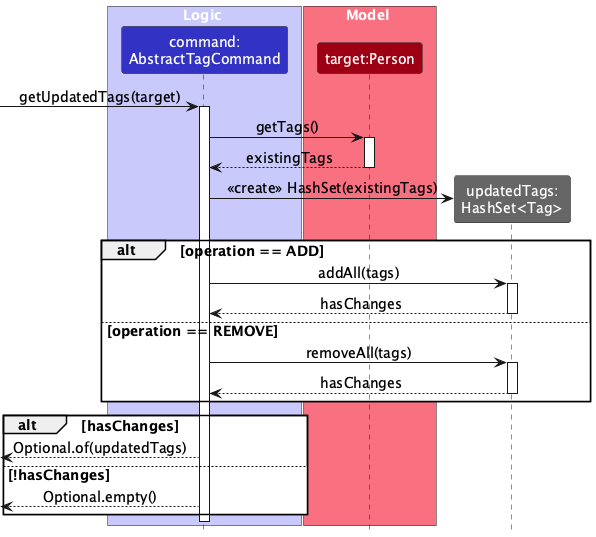
The PlantUML diagram docs/images/TagUpdateSequenceDiagram.png in AY2627S1-CS2103T-F10-4/tp, before a commit.
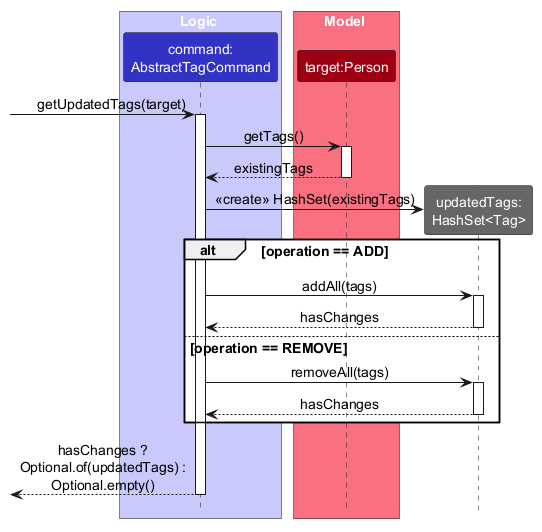
Above is the later version.

Change to the diagram source:
```diff
@@ -30,10 +30,6 @@
     Tags --> Command : hasChanges
     deactivate Tags
 end
-alt hasChanges
-    [<-- Command : Optional.of(updatedTags)
-else !hasChanges
-    [<-- Command : Optional.empty()
-end
+[<-- Command : hasChanges ?\nOptional.of(updatedTags) :\nOptional.empty()
 deactivate Command
 @enduml
```
